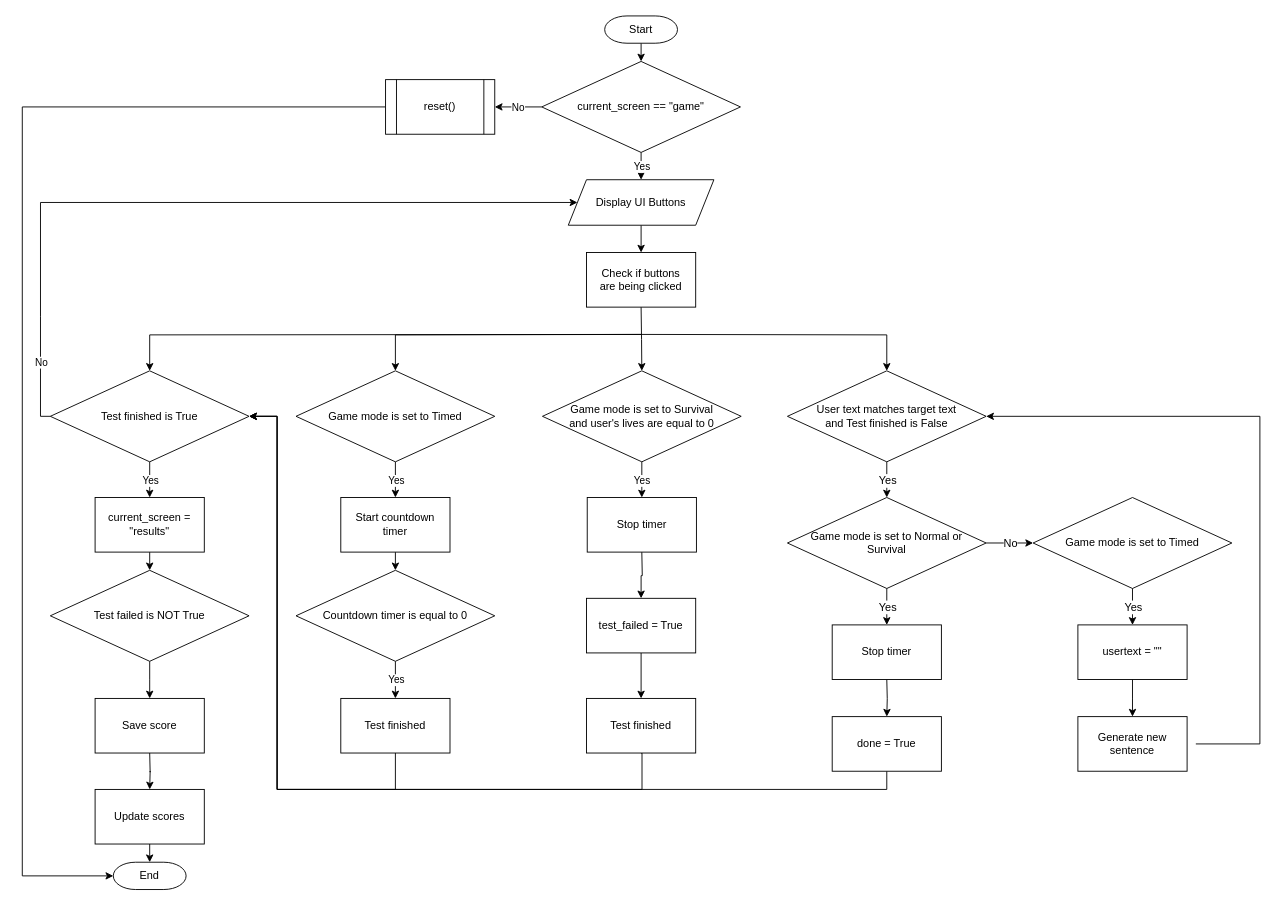
Before: diagrams/algorithms/testElementsAlgo.drawio in Bxnetic/wahtype, a draw.io diagram. Source tidied: cells renumbered, new cells numbered last; positions are measured from the earlier drawing's top-left corner, leaving out a move shared by most shapes. Both pictures are drawn from the tidied source at 91%, with x=0, y=0 at pixel (22, 15).
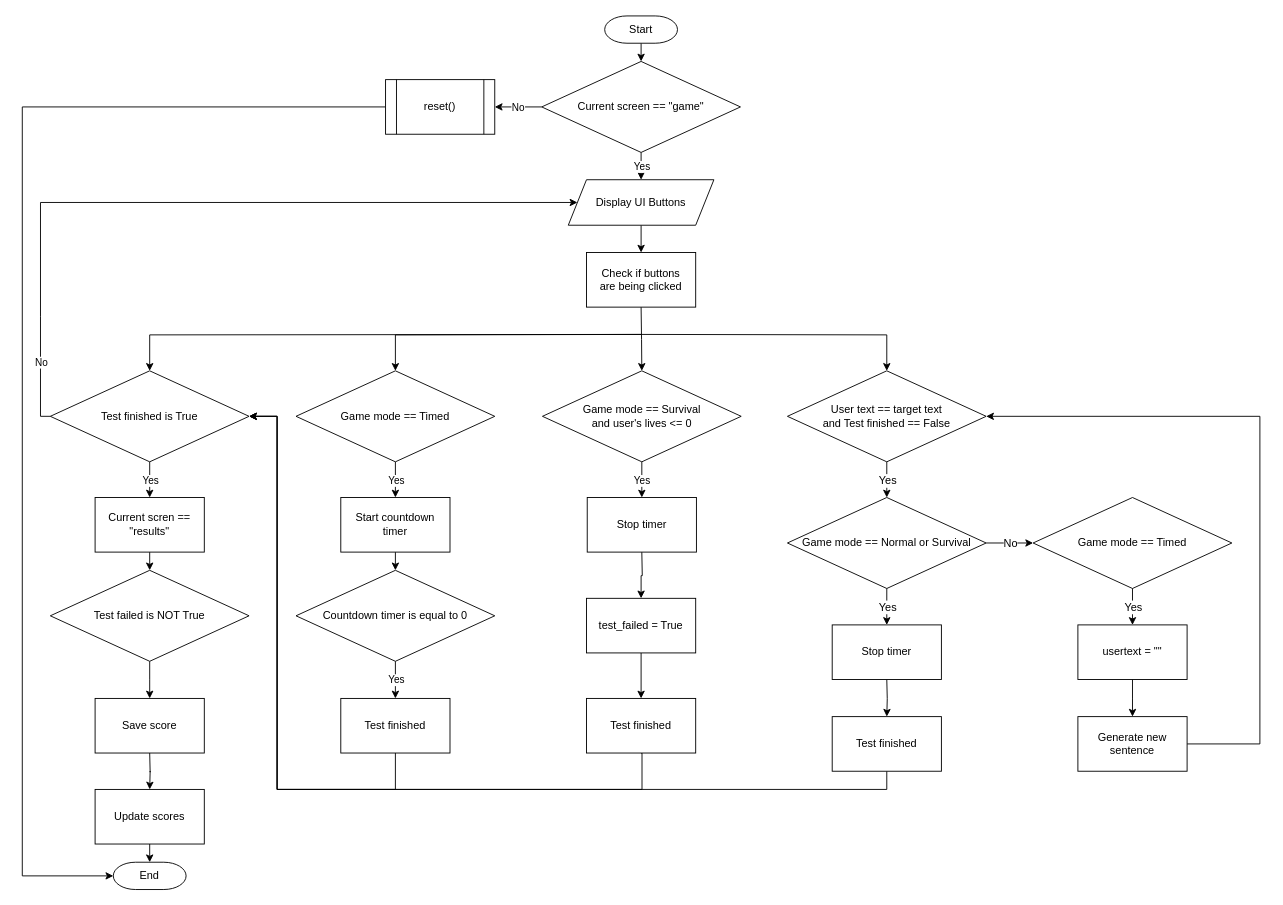
The same diagram, later.

Unchanged cells that the change refers to:
```xml
<mxCell id="66" value="Generate new sentence" style="whiteSpace=wrap;html=1;spacing=9;spacingLeft=0;spacingBottom=0;gradientColor=none;" parent="1" vertex="1">
  <mxGeometry x="1160" y="770" width="120" height="60" as="geometry" />
</mxCell>
```

Change to the diagram source:
```diff
@@
-    <mxCell id="3" value="current_screen == &quot;game&quot;" style="rhombus;whiteSpace=wrap;html=1;" parent="1" vertex="1">
+    <mxCell id="3" value="Current screen == &quot;game&quot;" style="rhombus;whiteSpace=wrap;html=1;" parent="1" vertex="1">
       <mxGeometry x="570.8" y="50" width="218.4" height="100" as="geometry" />
     </mxCell>
@@
-    <mxCell id="10" value="&lt;div&gt;User text matches target text&lt;/div&gt;&lt;div&gt;and Test finished is False&lt;/div&gt;" style="rhombus;html=1;spacing=9;spacingLeft=0;whiteSpace=wrap;labelPosition=center;verticalLabelPosition=middle;align=center;verticalAlign=middle;spacingBottom=0;gradientColor=none;fillColor=default;strokeColor=default;fontFamily=Helvetica;fontSize=12;fontColor=default;" parent="1" vertex="1">
+    <mxCell id="10" value="&lt;div&gt;User text == target text&lt;/div&gt;&lt;div&gt;and Test finished == False&lt;/div&gt;" style="rhombus;html=1;spacing=9;spacingLeft=0;whiteSpace=wrap;labelPosition=center;verticalLabelPosition=middle;align=center;verticalAlign=middle;spacingBottom=0;gradientColor=none;fillColor=default;strokeColor=default;fontFamily=Helvetica;fontSize=12;fontColor=default;" parent="1" vertex="1">
       <mxGeometry x="840.8" y="390" width="218.4" height="100" as="geometry" />
     </mxCell>
@@
-    <mxCell id="13" value="&lt;br&gt;Game mode is set to Normal or Survival&lt;div&gt;&lt;br/&gt;&lt;/div&gt;" style="rhombus;html=1;spacing=9;spacingLeft=0;whiteSpace=wrap;labelPosition=center;verticalLabelPosition=middle;align=center;verticalAlign=middle;spacingBottom=0;gradientColor=none;fillColor=default;" parent="1" vertex="1">
+    <mxCell id="13" value="&lt;br&gt;Game mode == Normal or Survival&lt;div&gt;&lt;br&gt;&lt;/div&gt;" style="rhombus;html=1;spacing=9;spacingLeft=0;whiteSpace=wrap;labelPosition=center;verticalLabelPosition=middle;align=center;verticalAlign=middle;spacingBottom=0;gradientColor=none;fillColor=default;" parent="1" vertex="1">
       <mxGeometry x="840.8" y="529.2" width="218.4" height="100" as="geometry" />
     </mxCell>
@@
-    <mxCell id="16" value="done = True" style="rounded=0;whiteSpace=wrap;html=1;strokeColor=default;align=center;verticalAlign=middle;spacingLeft=0;spacingBottom=0;spacing=9;fontFamily=Helvetica;fontSize=12;fontColor=default;fillColor=default;gradientColor=none;" parent="1" vertex="1">
+    <mxCell id="16" value="Test finished" style="rounded=0;whiteSpace=wrap;html=1;strokeColor=default;align=center;verticalAlign=middle;spacingLeft=0;spacingBottom=0;spacing=9;fontFamily=Helvetica;fontSize=12;fontColor=default;fillColor=default;gradientColor=none;" parent="1" vertex="1">
       <mxGeometry x="890" y="770" width="120" height="60" as="geometry" />
     </mxCell>
@@
-    <mxCell id="19" value="Game mode is set to Timed" style="rhombus;html=1;spacing=9;spacingLeft=0;whiteSpace=wrap;labelPosition=center;verticalLabelPosition=middle;align=center;verticalAlign=middle;spacingBottom=0;gradientColor=none;fillColor=default;" parent="1" vertex="1">
+    <mxCell id="19" value="Game mode == Timed" style="rhombus;html=1;spacing=9;spacingLeft=0;whiteSpace=wrap;labelPosition=center;verticalLabelPosition=middle;align=center;verticalAlign=middle;spacingBottom=0;gradientColor=none;fillColor=default;" parent="1" vertex="1">
       <mxGeometry x="1110.8" y="529.2" width="218.4" height="100" as="geometry" />
     </mxCell>
@@
-    <mxCell id="24" style="edgeStyle=orthogonalEdgeStyle;rounded=0;jettySize=auto;html=1;exitX=1;exitY=0.5;exitDx=0;exitDy=0;entryX=1;entryY=0.5;entryDx=0;entryDy=0;" parent="1" edge="1" target="10">
+    <mxCell id="24" style="edgeStyle=orthogonalEdgeStyle;rounded=0;jettySize=auto;html=1;exitX=1;exitY=0.5;exitDx=0;exitDy=0;entryX=1;entryY=0.5;entryDx=0;entryDy=0;" parent="1" edge="1" source="66" target="10">
       <mxGeometry relative="1" as="geometry">
-        <mxPoint x="1289.6" y="800" as="sourcePoint" />
         <Array as="points">
           <mxPoint x="1360" y="800" />
           <mxPoint x="1360" y="440" />
         </Array>
       </mxGeometry>
     </mxCell>
-    <mxCell id="25" value="&lt;div&gt;Game mode is set to Survival&lt;/div&gt;&lt;div&gt;and user's lives are equal to 0&lt;/div&gt;" style="rhombus;html=1;spacing=9;spacingLeft=0;whiteSpace=wrap;labelPosition=center;verticalLabelPosition=middle;align=center;verticalAlign=middle;spacingBottom=0;gradientColor=none;fillColor=default;strokeColor=default;fontFamily=Helvetica;fontSize=12;fontColor=default;" parent="1" vertex="1">
+    <mxCell id="25" value="&lt;div&gt;Game mode == Survival&lt;/div&gt;&lt;div&gt;and user's lives &amp;lt;= 0&lt;/div&gt;" style="rhombus;html=1;spacing=9;spacingLeft=0;whiteSpace=wrap;labelPosition=center;verticalLabelPosition=middle;align=center;verticalAlign=middle;spacingBottom=0;gradientColor=none;fillColor=default;strokeColor=default;fontFamily=Helvetica;fontSize=12;fontColor=default;" parent="1" vertex="1">
       <mxGeometry x="571.6" y="390" width="218.4" height="100" as="geometry" />
     </mxCell>
@@
-    <mxCell id="35" value="Game mode is set to Timed" style="rhombus;html=1;spacing=9;spacingLeft=0;whiteSpace=wrap;labelPosition=center;verticalLabelPosition=middle;align=center;verticalAlign=middle;spacingBottom=0;gradientColor=none;fillColor=default;strokeColor=default;fontFamily=Helvetica;fontSize=12;fontColor=default;" parent="1" vertex="1">
+    <mxCell id="35" value="Game mode == Timed" style="rhombus;html=1;spacing=9;spacingLeft=0;whiteSpace=wrap;labelPosition=center;verticalLabelPosition=middle;align=center;verticalAlign=middle;spacingBottom=0;gradientColor=none;fillColor=default;strokeColor=default;fontFamily=Helvetica;fontSize=12;fontColor=default;" parent="1" vertex="1">
       <mxGeometry x="300.8" y="390" width="218.4" height="100" as="geometry" />
     </mxCell>
@@
-    <mxCell id="46" value="current_screen = &quot;results&quot;" style="rounded=0;whiteSpace=wrap;html=1;strokeColor=default;align=center;verticalAlign=middle;spacingLeft=0;spacingBottom=0;spacing=9;fontFamily=Helvetica;fontSize=12;fontColor=default;fillColor=default;gradientColor=none;" parent="1" vertex="1">
+    <mxCell id="46" value="Current scren == &quot;results&quot;" style="rounded=0;whiteSpace=wrap;html=1;strokeColor=default;align=center;verticalAlign=middle;spacingLeft=0;spacingBottom=0;spacing=9;fontFamily=Helvetica;fontSize=12;fontColor=default;fillColor=default;gradientColor=none;" parent="1" vertex="1">
       <mxGeometry x="80" y="529.2" width="120" height="60" as="geometry" />
     </mxCell>
```
